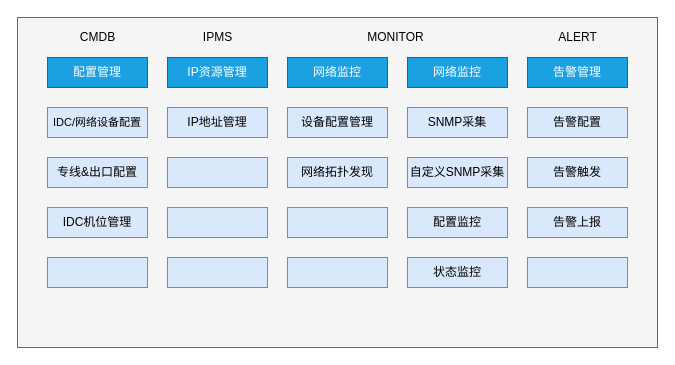
Above: Untitled Diagram.drawio in modelsim71/chart (draw.io), before the change. Source tidied: cells renumbered, new cells numbered last; positions are measured from the earlier drawing's top-left corner, leaving out a move shared by most shapes. Both pictures are drawn from the tidied source at 100%, with x=0, y=0 at pixel (17, 17).
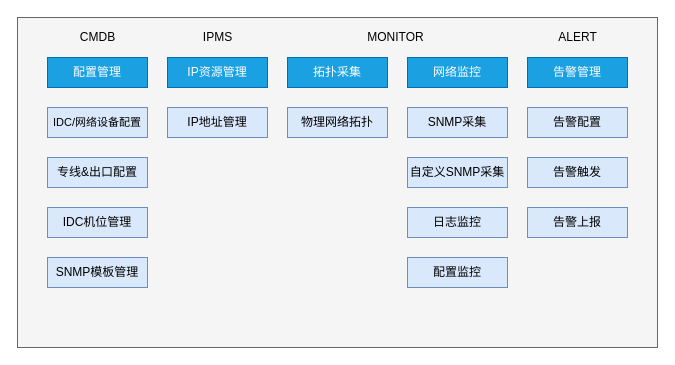
Above is the later version.

What changed in the source:
```diff
@@
-    <mxCell id="7" style="rounded=0;whiteSpace=wrap;html=1;fillColor=#dae8fc;strokeColor=#6c8ebf;" parent="1" vertex="1">
+    <mxCell id="7" value="SNMP模板管理" style="rounded=0;whiteSpace=wrap;html=1;fillColor=#dae8fc;strokeColor=#6c8ebf;" parent="1" vertex="1">
       <mxGeometry x="30" y="240" width="100" height="30" as="geometry" />
     </mxCell>
-    <mxCell id="8" value="&lt;span&gt;网络监控&lt;/span&gt;" style="rounded=0;whiteSpace=wrap;html=1;fillColor=#1ba1e2;strokeColor=#006EAF;fontColor=#ffffff;" parent="1" vertex="1">
+    <mxCell id="8" value="&lt;span&gt;拓扑采集&lt;/span&gt;" style="rounded=0;whiteSpace=wrap;html=1;fillColor=#1ba1e2;strokeColor=#006EAF;fontColor=#ffffff;" parent="1" vertex="1">
       <mxGeometry x="270" y="40" width="100" height="30" as="geometry" />
     </mxCell>
-    <mxCell id="9" value="设备配置管理" style="rounded=0;whiteSpace=wrap;html=1;fillColor=#dae8fc;strokeColor=#6c8ebf;" parent="1" vertex="1">
+    <mxCell id="9" value="物理网络拓扑" style="rounded=0;whiteSpace=wrap;html=1;fillColor=#dae8fc;strokeColor=#6c8ebf;" parent="1" vertex="1">
       <mxGeometry x="270" y="90" width="100" height="30" as="geometry" />
     </mxCell>
-    <mxCell id="10" value="网络拓扑发现" style="rounded=0;whiteSpace=wrap;html=1;fillColor=#dae8fc;strokeColor=#6c8ebf;" parent="1" vertex="1">
-      <mxGeometry x="270" y="140" width="100" height="30" as="geometry" />
-    </mxCell>
-    <mxCell id="11" style="rounded=0;whiteSpace=wrap;html=1;fillColor=#dae8fc;strokeColor=#6c8ebf;" parent="1" vertex="1">
-      <mxGeometry x="270" y="190" width="100" height="30" as="geometry" />
-    </mxCell>
-    <mxCell id="12" style="rounded=0;whiteSpace=wrap;html=1;fillColor=#dae8fc;strokeColor=#6c8ebf;" parent="1" vertex="1">
-      <mxGeometry x="270" y="240" width="100" height="30" as="geometry" />
-    </mxCell>
@@
-    <mxCell id="17" value="配置监控" style="rounded=0;whiteSpace=wrap;html=1;fillColor=#dae8fc;strokeColor=#6c8ebf;" parent="1" vertex="1">
+    <mxCell id="17" value="日志监控" style="rounded=0;whiteSpace=wrap;html=1;fillColor=#dae8fc;strokeColor=#6c8ebf;" parent="1" vertex="1">
       <mxGeometry x="390" y="190" width="100" height="30" as="geometry" />
     </mxCell>
-    <mxCell id="18" value="状态监控" style="rounded=0;whiteSpace=wrap;html=1;fillColor=#dae8fc;strokeColor=#6c8ebf;" parent="1" vertex="1">
+    <mxCell id="18" value="配置监控" style="rounded=0;whiteSpace=wrap;html=1;fillColor=#dae8fc;strokeColor=#6c8ebf;" parent="1" vertex="1">
       <mxGeometry x="390" y="240" width="100" height="30" as="geometry" />
     </mxCell>
@@
-    <mxCell id="24" style="rounded=0;whiteSpace=wrap;html=1;fillColor=#dae8fc;strokeColor=#6c8ebf;" parent="1" vertex="1">
-      <mxGeometry x="510" y="240" width="100" height="30" as="geometry" />
-    </mxCell>
@@
-    <mxCell id="28" style="rounded=0;whiteSpace=wrap;html=1;fillColor=#dae8fc;strokeColor=#6c8ebf;" parent="1" vertex="1">
-      <mxGeometry x="150" y="140" width="100" height="30" as="geometry" />
-    </mxCell>
-    <mxCell id="29" style="rounded=0;whiteSpace=wrap;html=1;fillColor=#dae8fc;strokeColor=#6c8ebf;" parent="1" vertex="1">
-      <mxGeometry x="150" y="190" width="100" height="30" as="geometry" />
-    </mxCell>
-    <mxCell id="30" style="rounded=0;whiteSpace=wrap;html=1;fillColor=#dae8fc;strokeColor=#6c8ebf;" parent="1" vertex="1">
-      <mxGeometry x="150" y="240" width="100" height="30" as="geometry" />
-    </mxCell>
```
